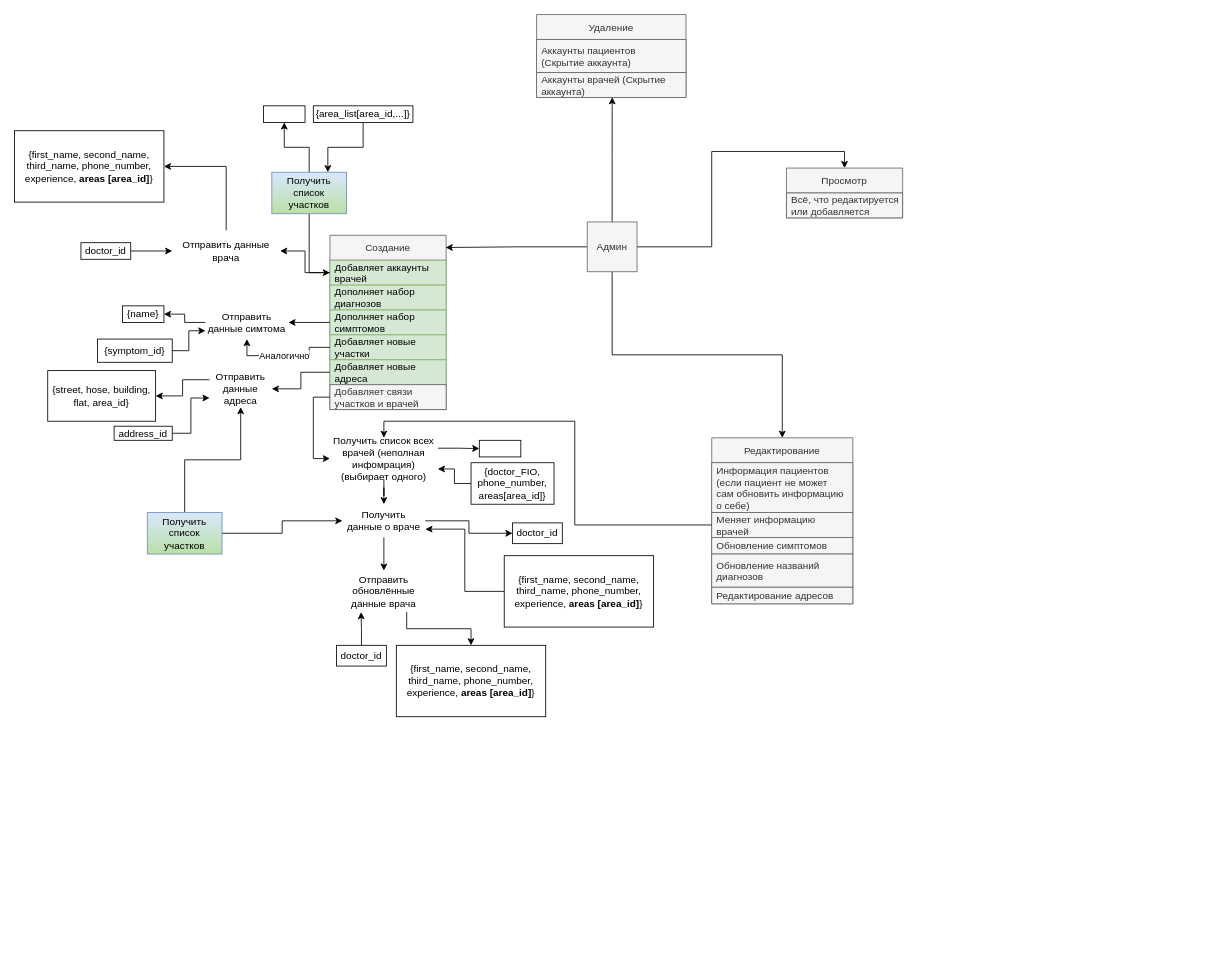
The draw.io diagram page "Админ" (4 of 4) of Требования к проекту.drawio in Rubelewaskes/Hospital, before the edit. Source tidied: cells renumbered, new cells numbered last; positions are measured from the earlier drawing's top-left corner, leaving out a move shared by most shapes. Both pictures are drawn from the tidied source at 83%, with x=0, y=0 at pixel (14, 14).
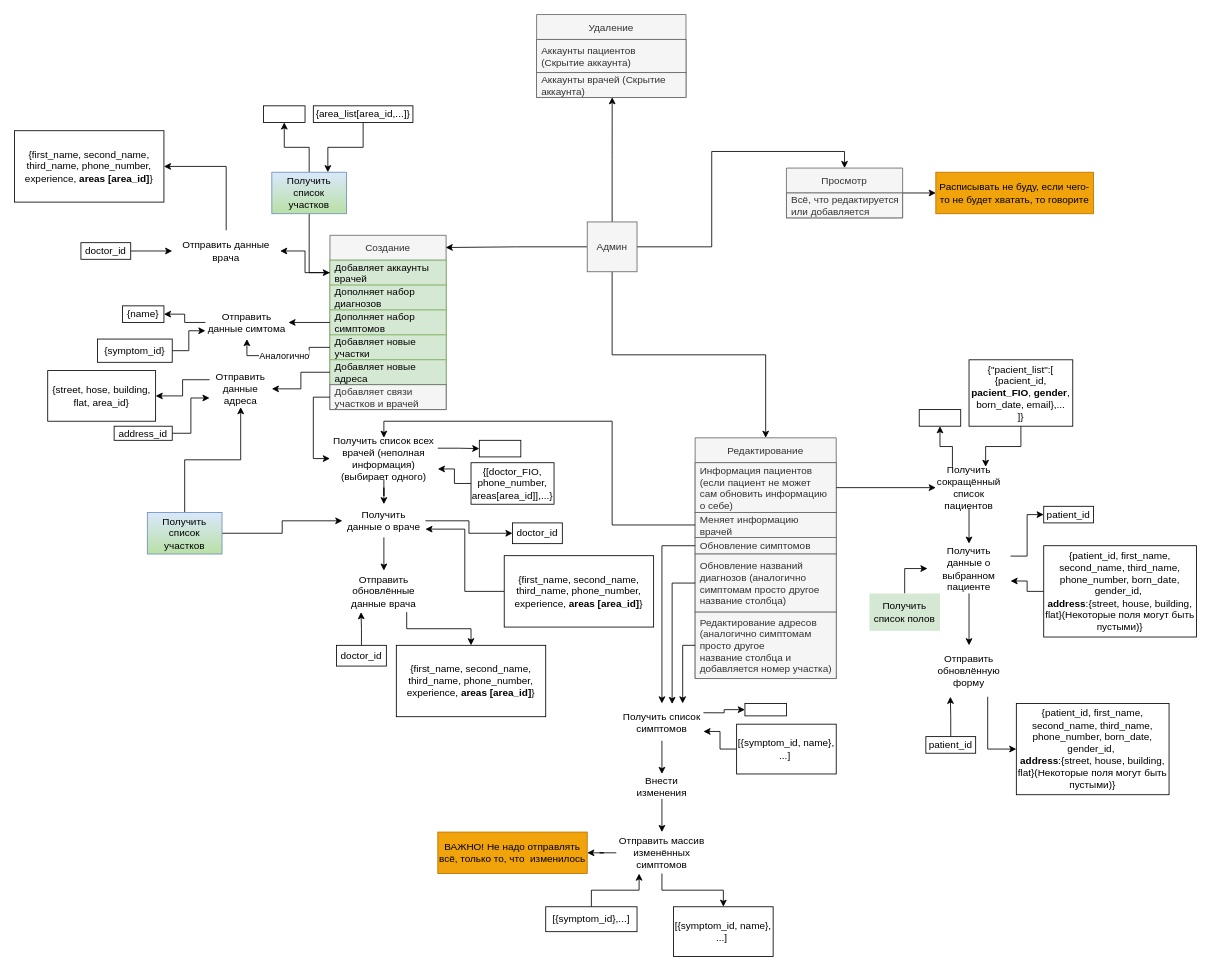
After the change.

Commit message:
Обновил диаграмму

The change refers to these unchanged cells:
```xml
<mxCell id="10" value="Информация пациентов &#10;(если пациент не может &#10;сам обновить информацию&#10;о себе)" style="text;strokeColor=#666666;fillColor=#f5f5f5;align=left;verticalAlign=middle;spacingLeft=4;spacingRight=4;overflow=hidden;points=[[0,0.5],[1,0.5]];portConstraint=eastwest;fontColor=#333333;" parent="9" vertex="1">
  <mxGeometry y="30" width="170" height="60" as="geometry" />
</mxCell>
<mxCell id="11" value="Меняет информацию&#10;врачей" style="text;strokeColor=#666666;fillColor=#f5f5f5;align=left;verticalAlign=middle;spacingLeft=4;spacingRight=4;overflow=hidden;points=[[0,0.5],[1,0.5]];portConstraint=eastwest;fontColor=#333333;" parent="9" vertex="1">
  <mxGeometry y="90" width="170" height="30" as="geometry" />
</mxCell>
<mxCell id="12" value="Обновление симптомов" style="text;strokeColor=#666666;fillColor=#f5f5f5;align=left;verticalAlign=middle;spacingLeft=4;spacingRight=4;overflow=hidden;points=[[0,0.5],[1,0.5]];portConstraint=eastwest;fontColor=#333333;" parent="9" vertex="1">
  <mxGeometry y="120" width="170" height="20" as="geometry" />
</mxCell>
<mxCell id="23" value="Просмотр" style="swimlane;fontStyle=0;horizontal=1;startSize=30;fillColor=#f5f5f5;fontColor=#333333;strokeColor=#666666;" parent="1" vertex="1">
  <mxGeometry x="930" y="185" width="140" height="60" as="geometry" />
</mxCell>
```

Change to the diagram source:
```diff
@@
     <mxCell id="9" value="Редактирование" style="swimlane;fontStyle=0;horizontal=1;startSize=30;fillColor=#f5f5f5;fontColor=#333333;strokeColor=#666666;" parent="1" vertex="1">
-      <mxGeometry x="840" y="510" width="170" height="200" as="geometry" />
+      <mxGeometry x="820" y="510" width="170" height="290" as="geometry" />
     </mxCell>
@@
-    <mxCell id="13" value="Обновление названий &#10;диагнозов" style="text;strokeColor=#666666;fillColor=#f5f5f5;align=left;verticalAlign=middle;spacingLeft=4;spacingRight=4;overflow=hidden;points=[[0,0.5],[1,0.5]];portConstraint=eastwest;fontColor=#333333;" parent="9" vertex="1">
-      <mxGeometry y="140" width="170" height="40" as="geometry" />
+    <mxCell id="13" value="Обновление названий &#10;диагнозов (аналогично &#10;симптомам просто другое &#10;название столбца)" style="text;strokeColor=#666666;fillColor=#f5f5f5;align=left;verticalAlign=middle;spacingLeft=4;spacingRight=4;overflow=hidden;points=[[0,0.5],[1,0.5]];portConstraint=eastwest;fontColor=#333333;" parent="9" vertex="1">
+      <mxGeometry y="140" width="170" height="70" as="geometry" />
     </mxCell>
-    <mxCell id="14" value="Редактирование адресов" style="text;strokeColor=#666666;fillColor=#f5f5f5;align=left;verticalAlign=middle;spacingLeft=4;spacingRight=4;overflow=hidden;points=[[0,0.5],[1,0.5]];portConstraint=eastwest;fontColor=#333333;" parent="9" vertex="1">
-      <mxGeometry y="180" width="170" height="20" as="geometry" />
+    <mxCell id="14" value="Редактирование адресов &#10;(аналогично симптомам &#10;просто другое&#10;название столбца и &#10;добавляется номер участка)" style="text;strokeColor=#666666;fillColor=#f5f5f5;align=left;verticalAlign=middle;spacingLeft=4;spacingRight=4;overflow=hidden;points=[[0,0.5],[1,0.5]];portConstraint=eastwest;fontColor=#333333;" parent="9" vertex="1">
+      <mxGeometry y="210" width="170" height="80" as="geometry" />
     </mxCell>
@@
+    <mxCell id="72" style="edgeStyle=orthogonalEdgeStyle;rounded=0;jettySize=auto;html=1;entryX=0;entryY=0.5;entryDx=0;entryDy=0;" parent="1" edge="1" source="23" target="111">
+      <mxGeometry relative="1" as="geometry" />
+    </mxCell>
@@
-    <mxCell id="46" value="Получить список всех врачей (неполная инфомрация) (выбирает одного)" style="text;html=1;strokeColor=none;fillColor=none;align=center;verticalAlign=middle;whiteSpace=wrap;rounded=0;" parent="1" vertex="1">
+    <mxCell id="46" value="Получить список всех врачей (неполная информация) (выбирает одного)" style="text;html=1;strokeColor=none;fillColor=none;align=center;verticalAlign=middle;whiteSpace=wrap;rounded=0;" parent="1" vertex="1">
       <mxGeometry x="380" y="510" width="130" height="50" as="geometry" />
     </mxCell>
@@
     <mxCell id="48" style="edgeStyle=orthogonalEdgeStyle;rounded=0;jettySize=auto;html=1;entryX=0.5;entryY=0;entryDx=0;entryDy=0;" parent="1" edge="1" source="11" target="46">
-      <mxGeometry relative="1" as="geometry" />
+      <mxGeometry relative="1" as="geometry">
+        <Array as="points">
+          <mxPoint x="720" y="615" />
+          <mxPoint x="720" y="490" />
+          <mxPoint x="445" y="490" />
+        </Array>
+      </mxGeometry>
     </mxCell>
@@
-    <mxCell id="56" value="{doctor_FIO, phone_number, areas[area_id]}" style="rounded=0;whiteSpace=wrap;html=1;" parent="1" vertex="1">
+    <mxCell id="56" value="{[doctor_FIO, phone_number, areas[area_id]],...}" style="rounded=0;whiteSpace=wrap;html=1;" parent="1" vertex="1">
       <mxGeometry x="550" y="540" width="100" height="50" as="geometry" />
     </mxCell>
@@
+    <mxCell id="73" style="edgeStyle=orthogonalEdgeStyle;rounded=0;jettySize=auto;html=1;entryX=0.5;entryY=1;entryDx=0;entryDy=0;exitX=0.25;exitY=0;exitDx=0;exitDy=0;" parent="1" edge="1" source="75" target="77">
+      <mxGeometry relative="1" as="geometry" />
+    </mxCell>
+    <mxCell id="74" style="edgeStyle=orthogonalEdgeStyle;rounded=0;jettySize=auto;html=1;entryX=0.5;entryY=0;entryDx=0;entryDy=0;" parent="1" edge="1" source="75" target="83">
+      <mxGeometry relative="1" as="geometry" />
+    </mxCell>
+    <mxCell id="75" value="Получить сокращённый список пациентов" style="text;html=1;strokeColor=none;fillColor=none;align=center;verticalAlign=middle;whiteSpace=wrap;rounded=0;" parent="1" vertex="1">
+      <mxGeometry x="1110" y="545" width="80" height="50" as="geometry" />
+    </mxCell>
+    <mxCell id="76" style="edgeStyle=orthogonalEdgeStyle;rounded=0;jettySize=auto;html=1;entryX=0;entryY=0.5;entryDx=0;entryDy=0;" parent="1" edge="1" source="10" target="75">
+      <mxGeometry relative="1" as="geometry" />
+    </mxCell>
+    <mxCell id="77" style="rounded=0;whiteSpace=wrap;html=1;gradientDirection=south;" parent="1" vertex="1">
+      <mxGeometry x="1090" y="476" width="50" height="20" as="geometry" />
+    </mxCell>
+    <mxCell id="78" style="edgeStyle=orthogonalEdgeStyle;rounded=0;jettySize=auto;html=1;entryX=0.75;entryY=0;entryDx=0;entryDy=0;" parent="1" edge="1" source="79" target="75">
+      <mxGeometry relative="1" as="geometry" />
+    </mxCell>
+    <mxCell id="79" value="{&quot;pacient_list&quot;:[&lt;br&gt;{pacient_id, &lt;b&gt;pacient_FIO&lt;/b&gt;, &lt;b&gt;gender&lt;/b&gt;, born_date, email},...&lt;br&gt;]}" style="rounded=0;whiteSpace=wrap;html=1;" parent="1" vertex="1">
+      <mxGeometry x="1150" y="416" width="125" height="80" as="geometry" />
+    </mxCell>
+    <mxCell id="80" value="patient_id" style="rounded=0;whiteSpace=wrap;html=1;gradientDirection=south;" parent="1" vertex="1">
+      <mxGeometry x="1240" y="592.5" width="60" height="20" as="geometry" />
+    </mxCell>
+    <mxCell id="81" style="edgeStyle=orthogonalEdgeStyle;rounded=0;jettySize=auto;html=1;entryX=0;entryY=0.5;entryDx=0;entryDy=0;exitX=1;exitY=0.25;exitDx=0;exitDy=0;" parent="1" edge="1" source="83" target="80">
+      <mxGeometry relative="1" as="geometry" />
+    </mxCell>
+    <mxCell id="82" style="edgeStyle=orthogonalEdgeStyle;rounded=0;jettySize=auto;html=1;entryX=0.5;entryY=0;entryDx=0;entryDy=0;" parent="1" edge="1" source="83" target="89">
+      <mxGeometry relative="1" as="geometry" />
+    </mxCell>
+    <mxCell id="83" value="Получить данные о выбранном пациенте" style="text;html=1;strokeColor=none;fillColor=none;align=center;verticalAlign=middle;whiteSpace=wrap;rounded=0;" parent="1" vertex="1">
+      <mxGeometry x="1100" y="637.5" width="100" height="60" as="geometry" />
+    </mxCell>
+    <mxCell id="84" style="edgeStyle=orthogonalEdgeStyle;rounded=0;jettySize=auto;html=1;entryX=0;entryY=0.5;entryDx=0;entryDy=0;" parent="1" edge="1" source="85" target="83">
+      <mxGeometry relative="1" as="geometry" />
+    </mxCell>
+    <mxCell id="85" value="Получить список полов" style="text;html=1;strokeColor=none;fillColor=#d5e8d4;align=center;verticalAlign=middle;whiteSpace=wrap;rounded=0;" parent="1" vertex="1">
+      <mxGeometry x="1030" y="697.5" width="85" height="45" as="geometry" />
+    </mxCell>
+    <mxCell id="86" style="edgeStyle=orthogonalEdgeStyle;rounded=0;jettySize=auto;html=1;entryX=1;entryY=0.75;entryDx=0;entryDy=0;" parent="1" edge="1" source="87" target="83">
+      <mxGeometry relative="1" as="geometry" />
+    </mxCell>
+    <mxCell id="87" value="{patient_id, first_name, second_name, third_name, phone_number, born_date,&lt;br&gt;gender_id,&amp;nbsp;&lt;br&gt;&lt;b&gt;address&lt;/b&gt;:{street, house, building, flat}(Некоторые поля могут быть пустыми)}" style="rounded=0;whiteSpace=wrap;html=1;" parent="1" vertex="1">
+      <mxGeometry x="1240" y="640" width="184" height="110" as="geometry" />
+    </mxCell>
+    <mxCell id="88" style="edgeStyle=orthogonalEdgeStyle;rounded=0;jettySize=auto;html=1;entryX=0;entryY=0.5;entryDx=0;entryDy=0;exitX=0.75;exitY=1;exitDx=0;exitDy=0;" parent="1" edge="1" source="89" target="92">
+      <mxGeometry relative="1" as="geometry" />
+    </mxCell>
+    <mxCell id="89" value="Отправить обновлённую форму" style="text;html=1;strokeColor=none;fillColor=none;align=center;verticalAlign=middle;whiteSpace=wrap;rounded=0;" parent="1" vertex="1">
+      <mxGeometry x="1105" y="760" width="90" height="62" as="geometry" />
+    </mxCell>
+    <mxCell id="90" style="edgeStyle=orthogonalEdgeStyle;rounded=0;jettySize=auto;html=1;entryX=0.25;entryY=1;entryDx=0;entryDy=0;" parent="1" edge="1" source="91" target="89">
+      <mxGeometry relative="1" as="geometry" />
+    </mxCell>
+    <mxCell id="91" value="patient_id" style="rounded=0;whiteSpace=wrap;html=1;gradientDirection=south;" parent="1" vertex="1">
+      <mxGeometry x="1098" y="870" width="60" height="20" as="geometry" />
+    </mxCell>
+    <mxCell id="92" value="{patient_id, first_name, second_name, third_name, phone_number, born_date,&lt;br&gt;gender_id,&amp;nbsp;&lt;br&gt;&lt;b&gt;address&lt;/b&gt;:{street, house, building, flat}(Некоторые поля могут быть пустыми)}" style="rounded=0;whiteSpace=wrap;html=1;" parent="1" vertex="1">
+      <mxGeometry x="1207" y="830" width="184" height="110" as="geometry" />
+    </mxCell>
+    <mxCell id="93" style="edgeStyle=orthogonalEdgeStyle;rounded=0;jettySize=auto;html=1;entryX=0;entryY=0.5;entryDx=0;entryDy=0;exitX=1;exitY=0.25;exitDx=0;exitDy=0;" parent="1" edge="1" source="95" target="102">
+      <mxGeometry relative="1" as="geometry" />
+    </mxCell>
+    <mxCell id="94" style="edgeStyle=orthogonalEdgeStyle;rounded=0;jettySize=auto;html=1;entryX=0.5;entryY=0;entryDx=0;entryDy=0;" parent="1" edge="1" source="95" target="98">
+      <mxGeometry relative="1" as="geometry" />
+    </mxCell>
+    <mxCell id="95" value="Получить список симптомов" style="text;html=1;strokeColor=none;fillColor=none;align=center;verticalAlign=middle;whiteSpace=wrap;rounded=0;" parent="1" vertex="1">
+      <mxGeometry x="730" y="830" width="100" height="45" as="geometry" />
+    </mxCell>
+    <mxCell id="96" style="edgeStyle=orthogonalEdgeStyle;rounded=0;jettySize=auto;html=1;entryX=0.5;entryY=0;entryDx=0;entryDy=0;" parent="1" edge="1" source="12" target="95">
+      <mxGeometry relative="1" as="geometry" />
+    </mxCell>
+    <mxCell id="97" style="edgeStyle=orthogonalEdgeStyle;rounded=0;jettySize=auto;html=1;entryX=0.5;entryY=0;entryDx=0;entryDy=0;" parent="1" edge="1" source="98" target="101">
+      <mxGeometry relative="1" as="geometry" />
+    </mxCell>
+    <mxCell id="98" value="Внести изменения" style="text;html=1;strokeColor=none;fillColor=none;align=center;verticalAlign=middle;whiteSpace=wrap;rounded=0;" parent="1" vertex="1">
+      <mxGeometry x="750" y="915" width="60" height="30" as="geometry" />
+    </mxCell>
+    <mxCell id="99" style="edgeStyle=orthogonalEdgeStyle;rounded=0;jettySize=auto;html=1;entryX=0.5;entryY=0;entryDx=0;entryDy=0;" parent="1" edge="1" source="101" target="105">
+      <mxGeometry relative="1" as="geometry" />
+    </mxCell>
+    <mxCell id="100" style="edgeStyle=orthogonalEdgeStyle;rounded=0;jettySize=auto;html=1;entryX=1;entryY=0.5;entryDx=0;entryDy=0;" parent="1" edge="1" source="101" target="108">
+      <mxGeometry relative="1" as="geometry" />
+    </mxCell>
+    <mxCell id="101" value="Отправить массив изменённых симптомов" style="text;html=1;strokeColor=none;fillColor=none;align=center;verticalAlign=middle;whiteSpace=wrap;rounded=0;" parent="1" vertex="1">
+      <mxGeometry x="725" y="985" width="110" height="50" as="geometry" />
+    </mxCell>
+    <mxCell id="102" style="rounded=0;whiteSpace=wrap;html=1;gradientDirection=south;" parent="1" vertex="1">
+      <mxGeometry x="880" y="830" width="50" height="15" as="geometry" />
+    </mxCell>
+    <mxCell id="103" style="edgeStyle=orthogonalEdgeStyle;rounded=0;jettySize=auto;html=1;entryX=1;entryY=0.75;entryDx=0;entryDy=0;" parent="1" edge="1" source="104" target="95">
+      <mxGeometry relative="1" as="geometry" />
+    </mxCell>
+    <mxCell id="104" value="[{symptom_id, name}, ...]&amp;nbsp;" style="rounded=0;whiteSpace=wrap;html=1;gradientDirection=south;" parent="1" vertex="1">
+      <mxGeometry x="870" y="855" width="120" height="60" as="geometry" />
+    </mxCell>
+    <mxCell id="105" value="[{symptom_id, name}, ...]&amp;nbsp;" style="rounded=0;whiteSpace=wrap;html=1;gradientDirection=south;" parent="1" vertex="1">
+      <mxGeometry x="794" y="1075" width="120" height="60" as="geometry" />
+    </mxCell>
+    <mxCell id="106" style="edgeStyle=orthogonalEdgeStyle;rounded=0;jettySize=auto;html=1;entryX=0.25;entryY=1;entryDx=0;entryDy=0;" parent="1" edge="1" source="107" target="101">
+      <mxGeometry relative="1" as="geometry" />
+    </mxCell>
+    <mxCell id="107" value="[{symptom_id},...]" style="rounded=0;whiteSpace=wrap;html=1;gradientDirection=south;" parent="1" vertex="1">
+      <mxGeometry x="640" y="1075" width="110" height="30" as="geometry" />
+    </mxCell>
+    <mxCell id="108" value="ВАЖНО! Не надо отправлять всё, только то, что&amp;nbsp; изменилось" style="text;html=1;strokeColor=#BD7000;fillColor=#f0a30a;align=center;verticalAlign=middle;whiteSpace=wrap;rounded=0;fontColor=#000000;" parent="1" vertex="1">
+      <mxGeometry x="510" y="985" width="180" height="50" as="geometry" />
+    </mxCell>
+    <mxCell id="109" style="edgeStyle=orthogonalEdgeStyle;rounded=0;jettySize=auto;html=1;entryX=0.623;entryY=0.016;entryDx=0;entryDy=0;entryPerimeter=0;" parent="1" edge="1" source="13" target="95">
+      <mxGeometry relative="1" as="geometry" />
+    </mxCell>
+    <mxCell id="110" style="edgeStyle=orthogonalEdgeStyle;rounded=0;jettySize=auto;html=1;entryX=0.75;entryY=0;entryDx=0;entryDy=0;" parent="1" edge="1" source="14" target="95">
+      <mxGeometry relative="1" as="geometry">
+        <Array as="points">
+          <mxPoint x="805" y="760" />
+        </Array>
+      </mxGeometry>
+    </mxCell>
+    <mxCell id="111" value="Расписывать не буду, если чего-то не будет хватать, то говорите" style="text;html=1;strokeColor=#BD7000;fillColor=#f0a30a;align=center;verticalAlign=middle;whiteSpace=wrap;rounded=0;fontColor=#000000;" parent="1" vertex="1">
+      <mxGeometry x="1110" y="190" width="190" height="50" as="geometry" />
+    </mxCell>
```
